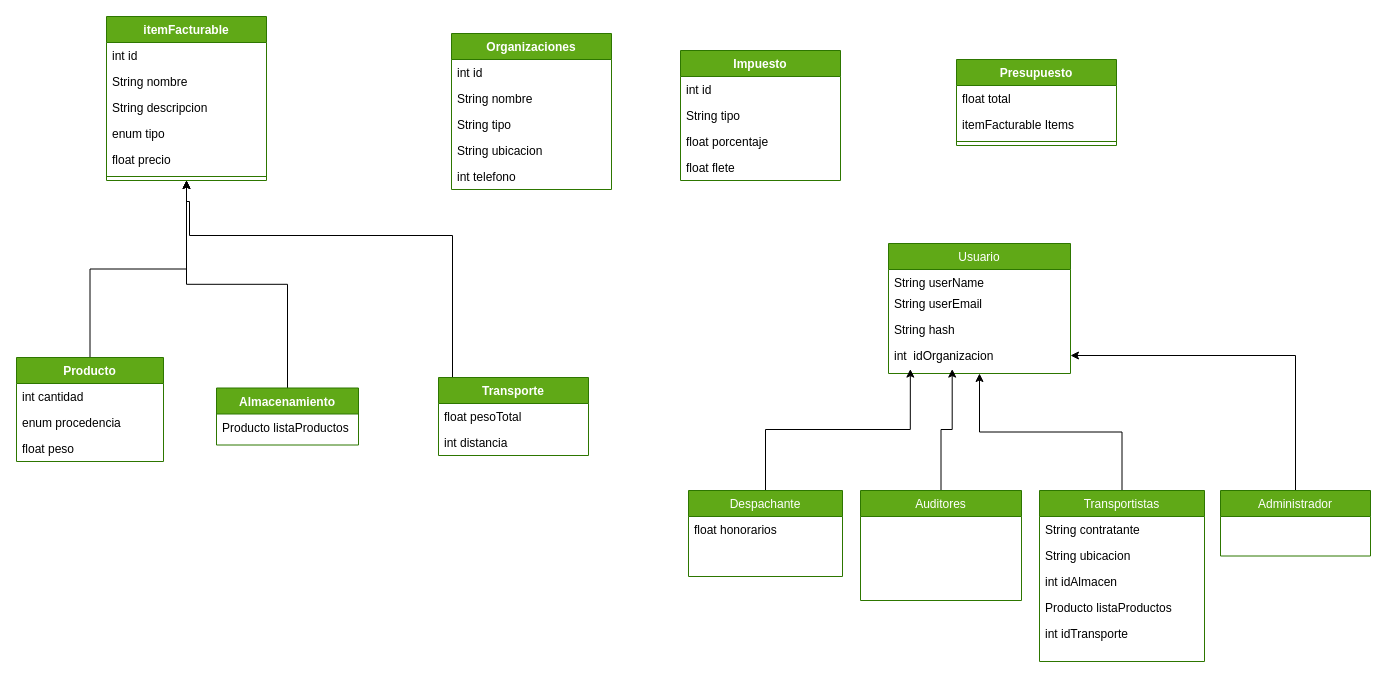
This is Copia de Diagram.drawio from danusitacm/taller-git-2022, a draw.io file, before an edit. Source tidied: cells renumbered, new cells numbered last; positions are measured from the earlier drawing's top-left corner, leaving out a move shared by most shapes. Both pictures are drawn from the tidied source at 100%, with x=0, y=0 at pixel (16, 16).
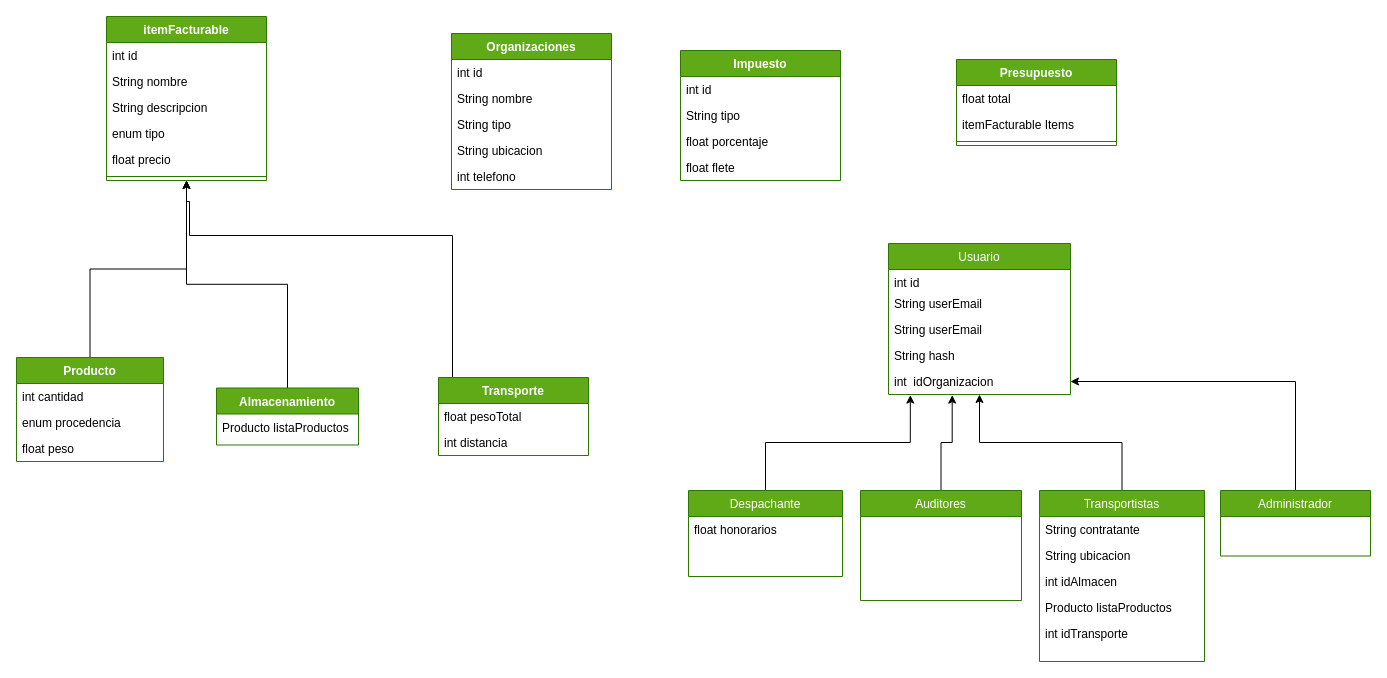
After the change.

The edit, as a diff of the source:
```diff
@@
     <mxCell id="2" value="Usuario" style="swimlane;fontStyle=0;align=center;verticalAlign=top;horizontal=1;startSize=26;rounded=0;shadow=0;strokeWidth=1;fillColor=#60a917;strokeColor=#2D7600;fontColor=#ffffff;" parent="1" vertex="1">
-      <mxGeometry x="872" y="227" width="182" height="130" as="geometry" />
+      <mxGeometry x="872" y="227" width="182" height="151" as="geometry" />
     </mxCell>
-    <mxCell id="3" value="String userName" style="text;align=left;verticalAlign=top;spacingLeft=4;spacingRight=4;overflow=hidden;rounded=0;shadow=0;html=0;" parent="2" vertex="1">
+    <mxCell id="3" value="int id" style="text;align=left;verticalAlign=top;spacingLeft=4;spacingRight=4;overflow=hidden;rounded=0;shadow=0;html=0;" parent="2" vertex="1">
       <mxGeometry y="26" width="182" height="21" as="geometry" />
     </mxCell>
+    <mxCell id="55" value="String userEmail" style="text;strokeColor=none;fillColor=none;align=left;verticalAlign=top;spacingLeft=4;spacingRight=4;overflow=hidden;" parent="2" vertex="1">
+      <mxGeometry y="47" width="182" height="26" as="geometry" />
+    </mxCell>
     <mxCell id="4" value="String userEmail" style="text;strokeColor=none;fillColor=none;align=left;verticalAlign=top;spacingLeft=4;spacingRight=4;overflow=hidden;" parent="2" vertex="1">
-      <mxGeometry y="47" width="182" height="26" as="geometry" />
+      <mxGeometry y="73" width="182" height="26" as="geometry" />
     </mxCell>
     <mxCell id="5" value="String hash" style="text;strokeColor=none;fillColor=none;align=left;verticalAlign=top;spacingLeft=4;spacingRight=4;overflow=hidden;" parent="2" vertex="1">
-      <mxGeometry y="73" width="182" height="26" as="geometry" />
+      <mxGeometry y="99" width="182" height="26" as="geometry" />
     </mxCell>
     <mxCell id="6" value="int  idOrganizacion" style="text;strokeColor=none;fillColor=none;align=left;verticalAlign=top;spacingLeft=4;spacingRight=4;overflow=hidden;points=[[0,0.5],[1,0.5]];portConstraint=eastwest;" parent="2" vertex="1">
-      <mxGeometry y="99" width="182" height="26" as="geometry" />
+      <mxGeometry y="125" width="182" height="26" as="geometry" />
     </mxCell>
```
